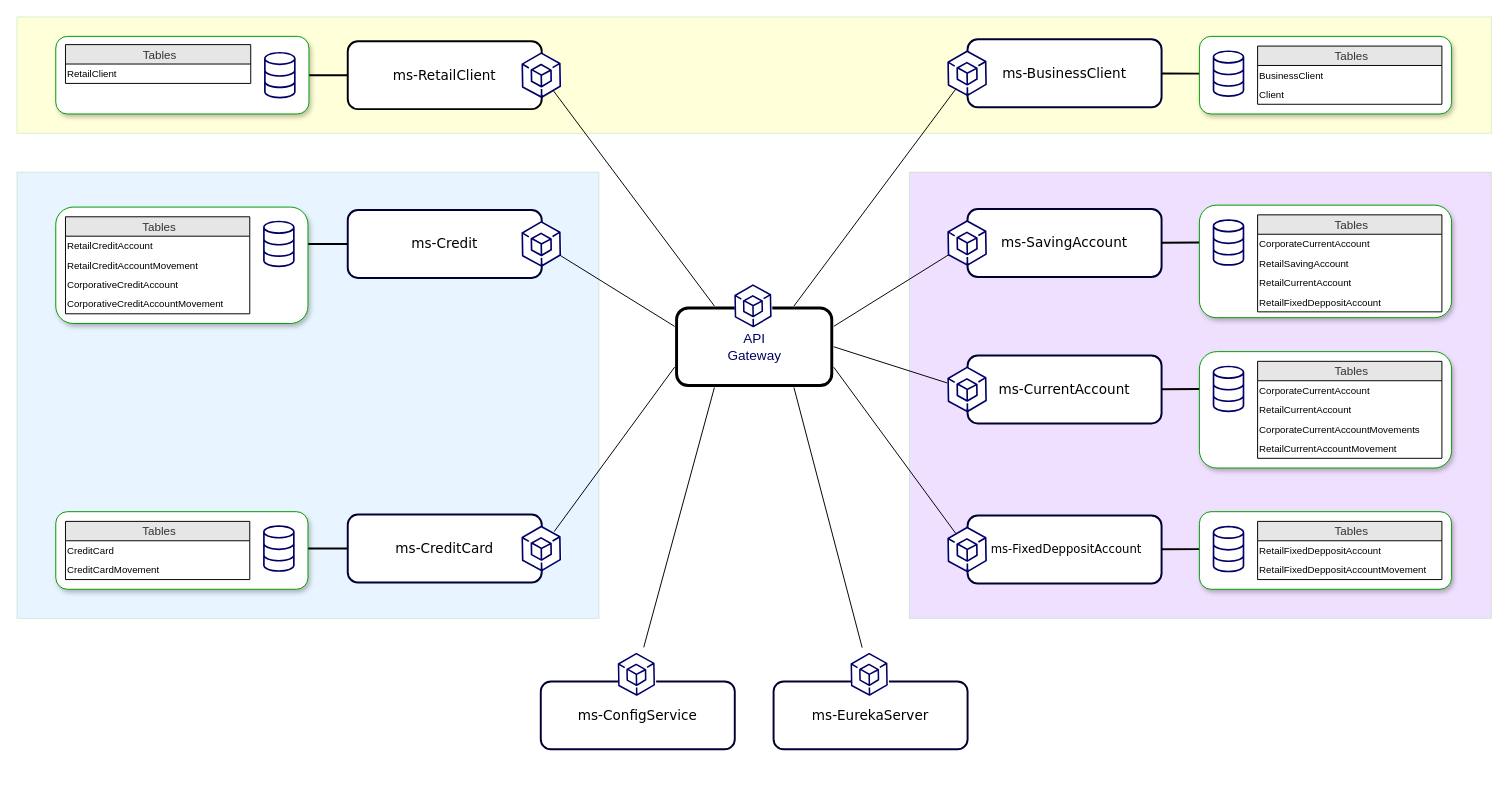
Earlier version of the draw.io diagram Semana03/DiagramaMicroServicios-S03.drawio (BootCampNttData/diagramas). Source tidied: cells renumbered, new cells numbered last; positions are measured from the earlier drawing's top-left corner, leaving out a move shared by most shapes. Both pictures are drawn from the tidied source at 97%, with x=0, y=0 at pixel (16, 16).
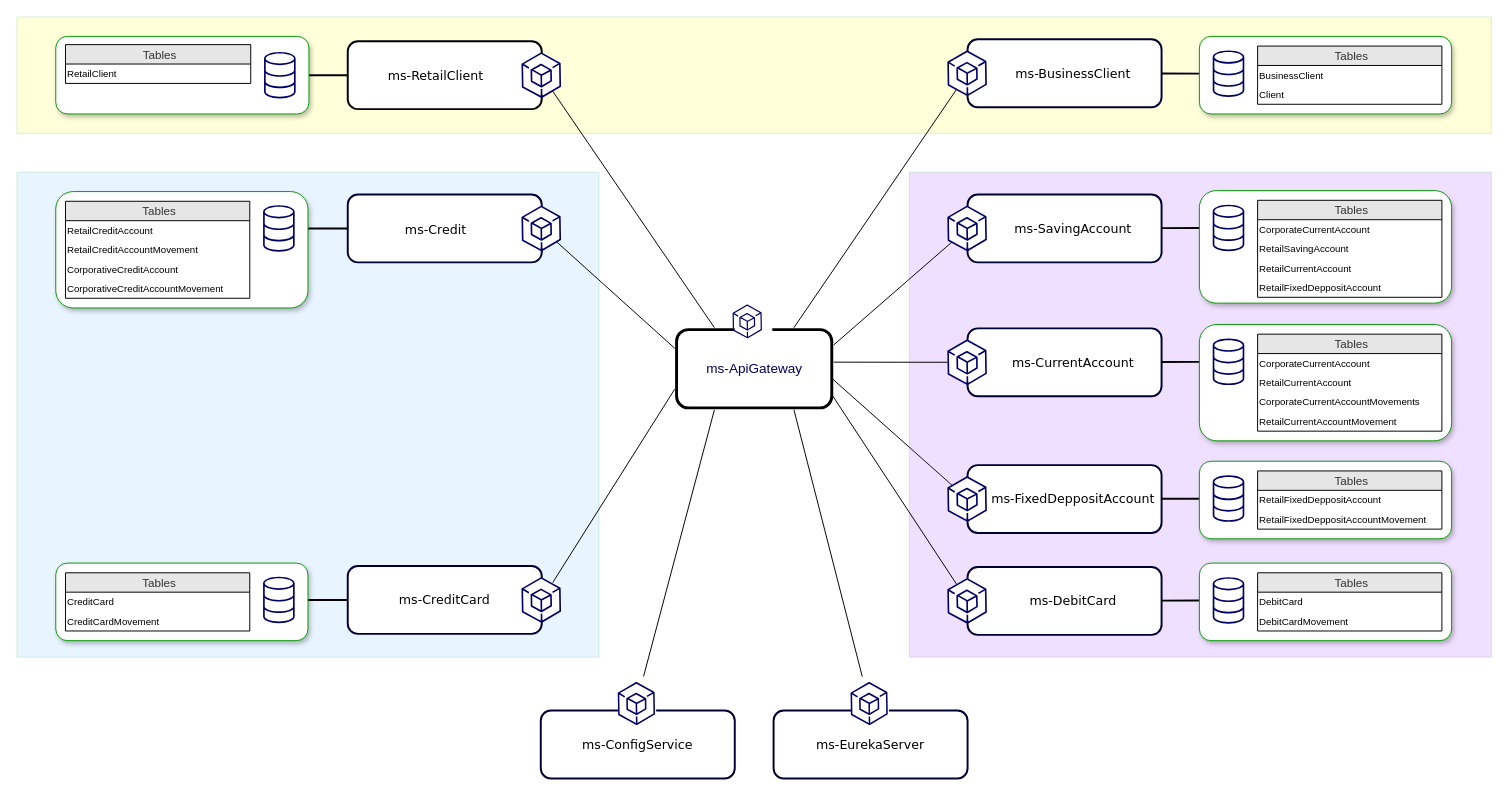
The same page after the edit.

Unchanged cells that the change refers to:
```xml
<mxCell id="45" value="Tables" style="swimlane;fontStyle=0;horizontal=1;startSize=20;fontSize=12;gradientDirection=east;spacingLeft=4;align=center;strokeColor=default;gradientColor=none;swimlaneFillColor=#FFFFFF;fillColor=#E6E6E6;fontColor=#333333;" parent="38" vertex="1">
  <mxGeometry x="329" y="10" width="190" height="60" as="geometry" />
</mxCell>
<mxCell id="81" style="group;shadow=1;rounded=1;glass=0;" parent="1" vertex="1">
  <mxGeometry x="950" y="20" width="529" height="80" as="geometry" />
</mxCell>
```

Change to the diagram source:
```diff
@@
+    <mxCell id="122" style="edgeStyle=none;rounded=0;jettySize=auto;html=1;endArrow=none;endFill=0;entryX=0.99;entryY=0.62;entryDx=0;entryDy=0;entryPerimeter=0;exitX=0;exitY=0.5;exitDx=0;exitDy=0;" parent="1" edge="1" source="124" target="118">
+      <mxGeometry relative="1" as="geometry" />
+    </mxCell>
     <mxCell id="2" style="rounded=0;whiteSpace=wrap;html=1;shadow=0;glass=0;strokeColor=#009900;fillColor=#9933FF;opacity=15;sketch=0;gradientColor=none;gradientDirection=north;" parent="1" vertex="1">
-      <mxGeometry x="920" y="160" width="600" height="460" as="geometry" />
+      <mxGeometry x="920" y="160" width="600" height="500" as="geometry" />
     </mxCell>
     <mxCell id="3" style="rounded=0;whiteSpace=wrap;html=1;shadow=0;glass=0;strokeColor=#009900;fillColor=#66B2FF;opacity=15;sketch=0;gradientColor=none;gradientDirection=north;" parent="1" vertex="1">
-      <mxGeometry y="160" width="600" height="460" as="geometry" />
+      <mxGeometry y="160" width="600" height="500" as="geometry" />
     </mxCell>
@@
-    <mxCell id="5" style="edgeStyle=none;rounded=0;jettySize=auto;html=1;exitX=0;exitY=0.5;exitDx=0;exitDy=0;entryX=1;entryY=0.25;entryDx=0;entryDy=0;endArrow=none;endFill=0;" parent="1" edge="1" source="94" target="118">
+    <mxCell id="5" style="edgeStyle=none;rounded=0;jettySize=auto;html=1;exitX=0;exitY=0.5;exitDx=0;exitDy=0;endArrow=none;endFill=0;entryX=1;entryY=0.21;entryDx=0;entryDy=0;entryPerimeter=0;" parent="1" edge="1" source="94" target="118">
       <mxGeometry relative="1" as="geometry" />
     </mxCell>
@@
-    <mxCell id="8" style="edgeStyle=none;rounded=0;jettySize=auto;html=1;exitX=0;exitY=0.5;exitDx=0;exitDy=0;entryX=1;entryY=0.5;entryDx=0;entryDy=0;endArrow=none;endFill=0;" parent="1" edge="1" source="67" target="118">
+    <mxCell id="8" style="edgeStyle=none;rounded=0;jettySize=auto;html=1;exitX=0;exitY=0.5;exitDx=0;exitDy=0;endArrow=none;endFill=0;entryX=1;entryY=0.42;entryDx=0;entryDy=0;entryPerimeter=0;" parent="1" edge="1" source="67" target="118">
       <mxGeometry relative="1" as="geometry" />
     </mxCell>
@@
-    <mxCell id="10" style="edgeStyle=none;rounded=0;jettySize=auto;html=1;exitX=0;exitY=0.5;exitDx=0;exitDy=0;entryX=1;entryY=0.75;entryDx=0;entryDy=0;endArrow=none;endFill=0;" parent="1" edge="1" source="39" target="118">
+    <mxCell id="10" style="edgeStyle=none;rounded=0;jettySize=auto;html=1;exitX=0;exitY=0.5;exitDx=0;exitDy=0;endArrow=none;endFill=0;entryX=0.99;entryY=0.82;entryDx=0;entryDy=0;entryPerimeter=0;" parent="1" edge="1" source="39" target="118">
       <mxGeometry relative="1" as="geometry" />
     </mxCell>
@@
-    <mxCell id="12" value="ms-RetailClient" style="rounded=1;whiteSpace=wrap;html=1;shadow=0;labelBackgroundColor=none;strokeWidth=2;fontFamily=Verdana;fontSize=14;align=center;strokeColor=#000000;" parent="1" vertex="1">
+    <mxCell id="12" value="ms-RetailClient" style="rounded=1;whiteSpace=wrap;html=1;shadow=0;labelBackgroundColor=none;strokeWidth=2;fontFamily=Verdana;fontSize=13;align=center;strokeColor=#000000;spacingRight=18;" parent="1" vertex="1">
       <mxGeometry x="341" y="25" width="200" height="70" as="geometry" />
     </mxCell>
@@
     <mxCell id="25" style="group;" parent="1" vertex="1">
-      <mxGeometry x="40" y="510" width="530" height="80" as="geometry" />
+      <mxGeometry x="40" y="563" width="530" height="80" as="geometry" />
     </mxCell>
-    <mxCell id="26" value="ms-CreditCard" style="rounded=1;whiteSpace=wrap;html=1;shadow=0;labelBackgroundColor=none;strokeWidth=2;fontFamily=Verdana;fontSize=14;align=center;perimeterSpacing=0;strokeColor=#000033;" parent="25" vertex="1">
+    <mxCell id="26" value="ms-CreditCard" style="rounded=1;whiteSpace=wrap;html=1;shadow=0;labelBackgroundColor=none;strokeWidth=2;fontFamily=Verdana;fontSize=13;align=center;perimeterSpacing=0;strokeColor=#000033;" parent="25" vertex="1">
       <mxGeometry x="301" y="3" width="200" height="70" as="geometry" />
     </mxCell>
@@
-    <mxCell id="38" style="group;" parent="1" vertex="1">
-      <mxGeometry x="950" y="510" width="529" height="80" as="geometry" />
+    <mxCell id="38" style="group;fontSize=12;" parent="1" vertex="1">
+      <mxGeometry x="950" y="563" width="529" height="80" as="geometry" />
     </mxCell>
-    <mxCell id="39" value="ms-FixedDeppositAccount" style="rounded=1;whiteSpace=wrap;html=1;shadow=0;labelBackgroundColor=none;strokeWidth=2;fontFamily=Verdana;fontSize=12;align=center;strokeColor=#000033;spacingLeft=4;" parent="38" vertex="1">
+    <mxCell id="39" value="ms-DebitCard" style="rounded=1;whiteSpace=wrap;html=1;shadow=0;labelBackgroundColor=none;strokeWidth=2;fontFamily=Verdana;fontSize=13;align=center;strokeColor=#000033;spacingLeft=18;spacing=2;" parent="38" vertex="1">
       <mxGeometry x="30" y="4" width="200" height="70" as="geometry" />
     </mxCell>
@@
-    <mxCell id="46" value="RetailFixedDeppositAccount" style="text;strokeColor=none;fillColor=none;align=left;verticalAlign=middle;spacingLeft=2;spacingRight=4;overflow=hidden;fontSize=10;spacing=0;" parent="45" vertex="1">
+    <mxCell id="46" value="DebitCard" style="text;strokeColor=none;fillColor=none;align=left;verticalAlign=middle;spacingLeft=2;spacingRight=4;overflow=hidden;fontSize=10;spacing=0;" parent="45" vertex="1">
       <mxGeometry y="20" width="190" height="20" as="geometry" />
     </mxCell>
-    <mxCell id="47" value="RetailFixedDeppositAccountMovement" style="text;strokeColor=none;fillColor=none;align=left;verticalAlign=middle;spacingLeft=2;spacingRight=4;overflow=hidden;fontSize=10;spacing=0;" parent="45" vertex="1">
+    <mxCell id="47" value="DebitCardMovement" style="text;strokeColor=none;fillColor=none;align=left;verticalAlign=middle;spacingLeft=2;spacingRight=4;overflow=hidden;fontSize=10;spacing=0;" parent="45" vertex="1">
       <mxGeometry y="40" width="190" height="20" as="geometry" />
     </mxCell>
@@
     <mxCell id="51" style="group;" parent="1" vertex="1">
-      <mxGeometry x="40" y="196" width="530" height="120" as="geometry" />
+      <mxGeometry x="40" y="180" width="530" height="120" as="geometry" />
     </mxCell>
-    <mxCell id="52" value="ms-Credit" style="rounded=1;whiteSpace=wrap;html=1;shadow=0;labelBackgroundColor=none;strokeWidth=2;fontFamily=Verdana;fontSize=14;align=center;perimeterSpacing=0;strokeColor=#000033;" parent="51" vertex="1">
+    <mxCell id="52" value="ms-Credit" style="rounded=1;whiteSpace=wrap;html=1;shadow=0;labelBackgroundColor=none;strokeWidth=2;fontFamily=Verdana;fontSize=13;align=center;perimeterSpacing=0;strokeColor=#000033;spacingBottom=-1;spacingRight=18;" parent="51" vertex="1">
       <mxGeometry x="301" y="3" width="200" height="70" as="geometry" />
     </mxCell>
@@
     <mxCell id="66" style="group;" parent="1" vertex="1">
-      <mxGeometry x="950" y="345" width="529" height="120" as="geometry" />
+      <mxGeometry x="950" y="317" width="529" height="120" as="geometry" />
     </mxCell>
-    <mxCell id="67" value="ms-CurrentAccount" style="rounded=1;whiteSpace=wrap;html=1;shadow=0;labelBackgroundColor=none;strokeWidth=2;fontFamily=Verdana;fontSize=14;align=center;strokeColor=#000033;" parent="66" vertex="1">
+    <mxCell id="67" value="ms-CurrentAccount" style="rounded=1;whiteSpace=wrap;html=1;shadow=0;labelBackgroundColor=none;strokeWidth=2;fontFamily=Verdana;fontSize=13;align=center;strokeColor=#000033;spacingLeft=18;" parent="66" vertex="1">
       <mxGeometry x="30" y="4" width="200" height="70" as="geometry" />
     </mxCell>
@@
-    <mxCell id="82" value="ms-BusinessClient" style="rounded=1;whiteSpace=wrap;html=1;shadow=0;labelBackgroundColor=none;strokeWidth=2;fontFamily=Verdana;fontSize=14;align=center;strokeColor=#000033;" parent="81" vertex="1">
+    <mxCell id="82" value="ms-BusinessClient" style="rounded=1;whiteSpace=wrap;html=1;shadow=0;labelBackgroundColor=none;strokeWidth=2;fontFamily=Verdana;fontSize=13;align=center;strokeColor=#000033;spacingLeft=18;" parent="81" vertex="1">
       <mxGeometry x="30" y="3" width="200" height="70" as="geometry" />
     </mxCell>
@@
-    <mxCell id="94" value="ms-SavingAccount" style="rounded=1;whiteSpace=wrap;html=1;shadow=0;labelBackgroundColor=none;strokeWidth=2;fontFamily=Verdana;fontSize=14;align=center;strokeColor=#000033;" parent="1" vertex="1">
-      <mxGeometry x="980" y="198" width="200" height="70" as="geometry" />
+    <mxCell id="94" value="ms-SavingAccount" style="rounded=1;whiteSpace=wrap;html=1;shadow=0;labelBackgroundColor=none;strokeWidth=2;fontFamily=Verdana;fontSize=13;align=center;strokeColor=#000033;spacingLeft=18;" parent="1" vertex="1">
+      <mxGeometry x="980" y="183" width="200" height="70" as="geometry" />
     </mxCell>
@@
     <mxCell id="96" style="whiteSpace=wrap;html=1;fontSize=14;strokeColor=#009900;fillColor=#FFFFFF;gradientColor=none;gradientDirection=south;shadow=1;rounded=1;" parent="1" vertex="1">
-      <mxGeometry x="1219" y="194" width="260" height="116" as="geometry" />
+      <mxGeometry x="1219" y="179" width="260" height="116" as="geometry" />
     </mxCell>
     <mxCell id="97" value="Tables" style="swimlane;fontStyle=0;horizontal=1;startSize=20;fontSize=12;gradientDirection=east;spacingLeft=4;align=center;strokeColor=default;gradientColor=none;swimlaneFillColor=#FFFFFF;fillColor=#E6E6E6;fontColor=#333333;" parent="1" vertex="1">
-      <mxGeometry x="1279" y="204" width="190" height="100" as="geometry" />
+      <mxGeometry x="1279" y="189" width="190" height="100" as="geometry" />
     </mxCell>
@@
     <mxCell id="102" style="group;" parent="1" vertex="1">
-      <mxGeometry x="1219" y="202.5" width="60" height="60" as="geometry" />
+      <mxGeometry x="1219" y="187.5" width="60" height="60" as="geometry" />
     </mxCell>
@@
-    <mxCell id="105" style="group;rotation=180;" parent="1" vertex="1">
-      <mxGeometry x="950" y="203.5" width="124.5" height="416.5" as="geometry" />
-    </mxCell>
-    <mxCell id="106" style="html=1;whiteSpace=wrap;shape=isoCube2;backgroundOutline=1;isoAngle=15;strokeColor=#FFFFFF;fillColor=default;gradientColor=none;rotation=-365;" parent="105" vertex="1">
-      <mxGeometry x="10" y="7" width="40" height="43" as="geometry" />
-    </mxCell>
-    <mxCell id="107" style="sketch=0;fontColor=#232F3E;gradientColor=none;gradientDirection=north;fillColor=none;strokeColor=#000066;dashed=0;verticalLabelPosition=bottom;verticalAlign=top;align=center;html=1;fontSize=12;fontStyle=0;shape=mxgraph.aws4.resourceIcon;resIcon=mxgraph.aws4.tools_and_sdks;rotation=359;" parent="105" vertex="1">
-      <mxGeometry width="59" height="59" as="geometry" />
-    </mxCell>
     <mxCell id="108" style="group;" parent="1" vertex="1">
-      <mxGeometry x="560" y="650" width="180" height="105" as="geometry" />
+      <mxGeometry x="560" y="680" width="180" height="105" as="geometry" />
     </mxCell>
-    <mxCell id="109" value="ms-ConfigService" style="rounded=1;whiteSpace=wrap;html=1;shadow=0;labelBackgroundColor=none;strokeWidth=2;fontFamily=Verdana;fontSize=14;align=center;perimeterSpacing=0;strokeColor=#000033;" parent="108" vertex="1">
+    <mxCell id="109" value="ms-ConfigService" style="rounded=1;whiteSpace=wrap;html=1;shadow=0;labelBackgroundColor=none;strokeWidth=2;fontFamily=Verdana;fontSize=13;align=center;perimeterSpacing=0;strokeColor=#000033;" parent="108" vertex="1">
       <mxGeometry x="-20" y="35" width="200" height="70" as="geometry" />
     </mxCell>
@@
-    <mxCell id="113" value="ms-EurekaServer" style="rounded=1;whiteSpace=wrap;html=1;shadow=0;labelBackgroundColor=none;strokeWidth=2;fontFamily=Verdana;fontSize=14;align=center;perimeterSpacing=0;strokeColor=#000033;" parent="1" vertex="1">
-      <mxGeometry x="780" y="685" width="200" height="70" as="geometry" />
-    </mxCell>
-    <mxCell id="114" style="group;rotation=180;" parent="1" vertex="1">
-      <mxGeometry x="850.8" y="650" width="55.5" height="59" as="geometry" />
-    </mxCell>
-    <mxCell id="115" style="html=1;whiteSpace=wrap;shape=isoCube2;backgroundOutline=1;isoAngle=15;strokeColor=#FFFFFF;fillColor=default;gradientColor=none;rotation=-365;" parent="114" vertex="1">
-      <mxGeometry x="9.4" y="7" width="37.6" height="43" as="geometry" />
-    </mxCell>
-    <mxCell id="116" style="sketch=0;outlineConnect=0;fontColor=#232F3E;gradientColor=none;gradientDirection=north;fillColor=none;strokeColor=#000066;dashed=0;verticalLabelPosition=bottom;verticalAlign=top;align=center;html=1;fontSize=12;fontStyle=0;shape=mxgraph.aws4.resourceIcon;resIcon=mxgraph.aws4.tools_and_sdks;rotation=359;" parent="114" vertex="1">
-      <mxGeometry width="55.5" height="55.5" as="geometry" />
-    </mxCell>
     <mxCell id="117" style="group;" parent="1" vertex="1">
-      <mxGeometry x="680" y="270" width="160" height="110" as="geometry" />
+      <mxGeometry x="680" y="292" width="160" height="111" as="geometry" />
     </mxCell>
-    <mxCell id="118" value="API&lt;br&gt;Gateway" style="html=1;fontSize=14;fontColor=#000066;strokeColor=default;fillColor=none;gradientColor=none;gradientDirection=south;labelBackgroundColor=none;perimeterSpacing=2;rounded=1;shadow=0;glass=0;strokeWidth=3;" parent="117" vertex="1">
-      <mxGeometry y="30" width="160" height="80" as="geometry" />
+    <mxCell id="118" value="ms-ApiGateway" style="html=1;fontSize=14;fontColor=#000066;strokeColor=default;fillColor=none;gradientColor=none;gradientDirection=south;labelBackgroundColor=none;perimeterSpacing=2;rounded=1;shadow=0;glass=0;strokeWidth=3;points=[[0,0.21,0,-4,0],[0,0.5,0,-4,0],[0,0.78,0,-4,0],[0,1,0,0,1],[0.01,0,0,0,0],[0.23,0,0,0,-5],[0.23,1,0,0,6],[0.5,0,0,0,-5],[0.5,1,0,0,6],[0.78,0,0,0,-5],[0.78,1,0,0,6],[0.99,0,0,0,0],[0.99,0.62,0,0,0],[0.99,0.82,0,0,0],[1,0.21,0,0,0],[1,0.42,0,0,0],[1,1,0,0,1]];" parent="117" vertex="1">
+      <mxGeometry y="30.3" width="160" height="80.7" as="geometry" />
     </mxCell>
     <mxCell id="119" style="group;rotation=180;" parent="117" vertex="1">
-      <mxGeometry x="51" width="55.5" height="59" as="geometry" />
+      <mxGeometry x="51" width="55.5" height="59.5" as="geometry" />
     </mxCell>
     <mxCell id="120" style="html=1;whiteSpace=wrap;shape=isoCube2;backgroundOutline=1;isoAngle=15;strokeColor=#FFFFFF;fillColor=default;gradientColor=none;rotation=-365;" parent="119" vertex="1">
-      <mxGeometry x="9.4" y="7" width="37.6" height="43" as="geometry" />
+      <mxGeometry x="9.4" y="7.1" width="37.6" height="43.4" as="geometry" />
     </mxCell>
     <mxCell id="121" style="sketch=0;fontColor=#232F3E;gradientColor=none;gradientDirection=north;fillColor=none;strokeColor=#000066;dashed=0;verticalLabelPosition=bottom;verticalAlign=top;align=center;html=1;fontSize=12;fontStyle=0;shape=mxgraph.aws4.resourceIcon;resIcon=mxgraph.aws4.tools_and_sdks;rotation=359;" parent="119" vertex="1">
-      <mxGeometry width="55.5" height="55.5" as="geometry" />
+      <mxGeometry width="43.7" height="43.7" as="geometry" />
     </mxCell>
+    <mxCell id="123" style="group;" parent="1" vertex="1">
+      <mxGeometry x="780" y="680" width="200" height="105" as="geometry" />
+    </mxCell>
+    <mxCell id="113" value="ms-EurekaServer" style="rounded=1;whiteSpace=wrap;html=1;shadow=0;labelBackgroundColor=none;strokeWidth=2;fontFamily=Verdana;fontSize=13;align=center;perimeterSpacing=0;strokeColor=#000033;" parent="123" vertex="1">
+      <mxGeometry y="35" width="200" height="70" as="geometry" />
+    </mxCell>
+    <mxCell id="114" style="group;rotation=180;" parent="123" vertex="1">
+      <mxGeometry x="70.8" width="55.5" height="59" as="geometry" />
+    </mxCell>
+    <mxCell id="115" style="html=1;whiteSpace=wrap;shape=isoCube2;backgroundOutline=1;isoAngle=15;strokeColor=#FFFFFF;fillColor=default;gradientColor=none;rotation=-365;" parent="114" vertex="1">
+      <mxGeometry x="9.4" y="7" width="37.6" height="43" as="geometry" />
+    </mxCell>
+    <mxCell id="116" style="sketch=0;outlineConnect=0;fontColor=#232F3E;gradientColor=none;gradientDirection=north;fillColor=none;strokeColor=#000066;dashed=0;verticalLabelPosition=bottom;verticalAlign=top;align=center;html=1;fontSize=12;fontStyle=0;shape=mxgraph.aws4.resourceIcon;resIcon=mxgraph.aws4.tools_and_sdks;rotation=359;" parent="114" vertex="1">
+      <mxGeometry width="55.5" height="55.5" as="geometry" />
+    </mxCell>
+    <mxCell id="106" style="html=1;whiteSpace=wrap;shape=isoCube2;backgroundOutline=1;isoAngle=15;strokeColor=#FFFFFF;fillColor=default;gradientColor=none;rotation=-365;" parent="1" vertex="1">
+      <mxGeometry x="960" y="195.5" width="40" height="43" as="geometry" />
+    </mxCell>
+    <mxCell id="107" style="sketch=0;fontColor=#232F3E;gradientColor=none;gradientDirection=north;fillColor=none;strokeColor=#000066;dashed=0;verticalLabelPosition=bottom;verticalAlign=top;align=center;html=1;fontSize=12;fontStyle=0;shape=mxgraph.aws4.resourceIcon;resIcon=mxgraph.aws4.tools_and_sdks;rotation=359;" parent="1" vertex="1">
+      <mxGeometry x="950" y="188.5" width="59" height="59" as="geometry" />
+    </mxCell>
+    <mxCell id="124" value="ms-FixedDeppositAccount" style="rounded=1;whiteSpace=wrap;html=1;shadow=0;labelBackgroundColor=none;strokeWidth=2;fontFamily=Verdana;fontSize=13;align=center;strokeColor=#000033;spacingLeft=18;spacing=2;" parent="1" vertex="1">
+      <mxGeometry x="980" y="462" width="200" height="70" as="geometry" />
+    </mxCell>
+    <mxCell id="125" style="edgeStyle=none;rounded=0;jettySize=auto;html=1;fontSize=12;fontColor=#333333;endArrow=none;endFill=0;strokeWidth=2;" parent="1" edge="1" source="132" target="124">
+      <mxGeometry relative="1" as="geometry" />
+    </mxCell>
+    <mxCell id="126" style="whiteSpace=wrap;html=1;fontSize=14;strokeColor=#009900;fillColor=#FFFFFF;gradientColor=none;gradientDirection=south;shadow=1;rounded=1;" parent="1" vertex="1">
+      <mxGeometry x="1219" y="458" width="260" height="80" as="geometry" />
+    </mxCell>
+    <mxCell id="127" value="Tables" style="swimlane;fontStyle=0;horizontal=1;startSize=20;fontSize=12;gradientDirection=east;spacingLeft=4;align=center;strokeColor=default;gradientColor=none;swimlaneFillColor=#FFFFFF;fillColor=#E6E6E6;fontColor=#333333;" parent="1" vertex="1">
+      <mxGeometry x="1279" y="468" width="190" height="60" as="geometry" />
+    </mxCell>
+    <mxCell id="128" value="RetailFixedDeppositAccount" style="text;strokeColor=none;fillColor=none;align=left;verticalAlign=middle;spacingLeft=2;spacingRight=4;overflow=hidden;fontSize=10;spacing=0;" parent="127" vertex="1">
+      <mxGeometry y="20" width="190" height="20" as="geometry" />
+    </mxCell>
+    <mxCell id="129" value="RetailFixedDeppositAccountMovement" style="text;strokeColor=none;fillColor=none;align=left;verticalAlign=middle;spacingLeft=2;spacingRight=4;overflow=hidden;fontSize=10;spacing=0;" parent="127" vertex="1">
+      <mxGeometry y="40" width="190" height="20" as="geometry" />
+    </mxCell>
+    <mxCell id="130" style="group;" parent="1" vertex="1">
+      <mxGeometry x="1219" y="466.5" width="60" height="60" as="geometry" />
+    </mxCell>
+    <mxCell id="131" style="shape=cylinder3;whiteSpace=wrap;html=1;boundedLbl=1;backgroundOutline=1;size=15;fontSize=14;strokeColor=none;fillColor=#FFFFFF;gradientColor=none;" parent="130" vertex="1">
+      <mxGeometry x="14.6" y="6.2" width="30.8" height="47.7" as="geometry" />
+    </mxCell>
+    <mxCell id="132" style="sketch=0;points=[[0,0,0],[0.25,0,0],[0.5,0,0],[0.75,0,0],[1,0,0],[0,1,0],[0.25,1,0],[0.5,1,0],[0.75,1,0],[1,1,0],[0,0.25,0],[0,0.5,0],[0,0.75,0],[1,0.25,0],[1,0.5,0],[1,0.75,0]];outlineConnect=0;fontColor=#232F3E;gradientColor=none;gradientDirection=north;fillColor=none;strokeColor=#000066;dashed=0;verticalLabelPosition=bottom;verticalAlign=top;align=center;html=1;fontSize=12;fontStyle=0;shape=mxgraph.aws4.resourceIcon;resIcon=mxgraph.aws4.database;" parent="130" vertex="1">
+      <mxGeometry width="60" height="60" as="geometry" />
+    </mxCell>
+    <mxCell id="133" style="group;rotation=180;" parent="1" vertex="1">
+      <mxGeometry x="950" y="467.5" width="59" height="59" as="geometry" />
+    </mxCell>
+    <mxCell id="134" style="html=1;whiteSpace=wrap;shape=isoCube2;backgroundOutline=1;isoAngle=15;strokeColor=#FFFFFF;fillColor=default;gradientColor=none;rotation=-365;" parent="133" vertex="1">
+      <mxGeometry x="10" y="7" width="40" height="43" as="geometry" />
+    </mxCell>
+    <mxCell id="135" style="sketch=0;fontColor=#232F3E;gradientColor=none;gradientDirection=north;fillColor=none;strokeColor=#000066;dashed=0;verticalLabelPosition=bottom;verticalAlign=top;align=center;html=1;fontSize=12;fontStyle=0;shape=mxgraph.aws4.resourceIcon;resIcon=mxgraph.aws4.tools_and_sdks;rotation=359;" parent="133" vertex="1">
+      <mxGeometry width="59" height="59" as="geometry" />
+    </mxCell>
```
